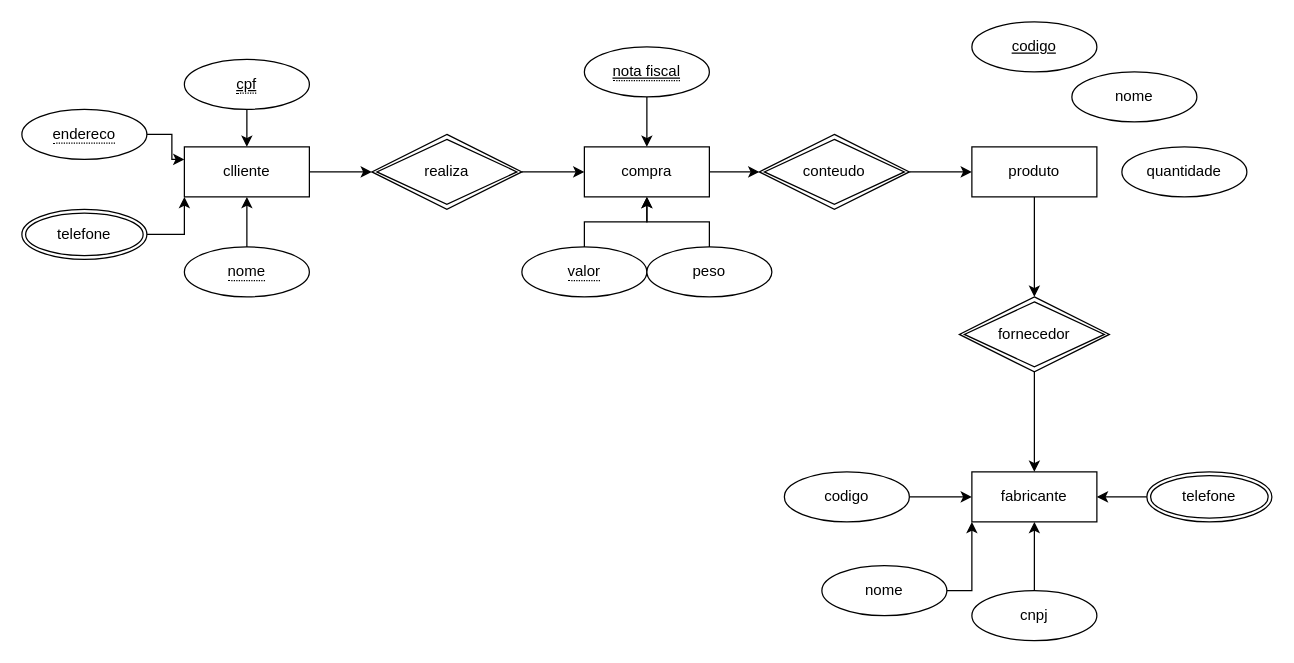
The draw.io diagram Modelagem Sistemas/aula008/compra.drawio in GabrielMazzuchello/SATC-Curso-tecnico, before the edit. Source tidied: cells renumbered, new cells numbered last; positions are measured from the earlier drawing's top-left corner, leaving out a move shared by most shapes. Both pictures are drawn from the tidied source at 125%, with x=0, y=0 at pixel (21, 21).
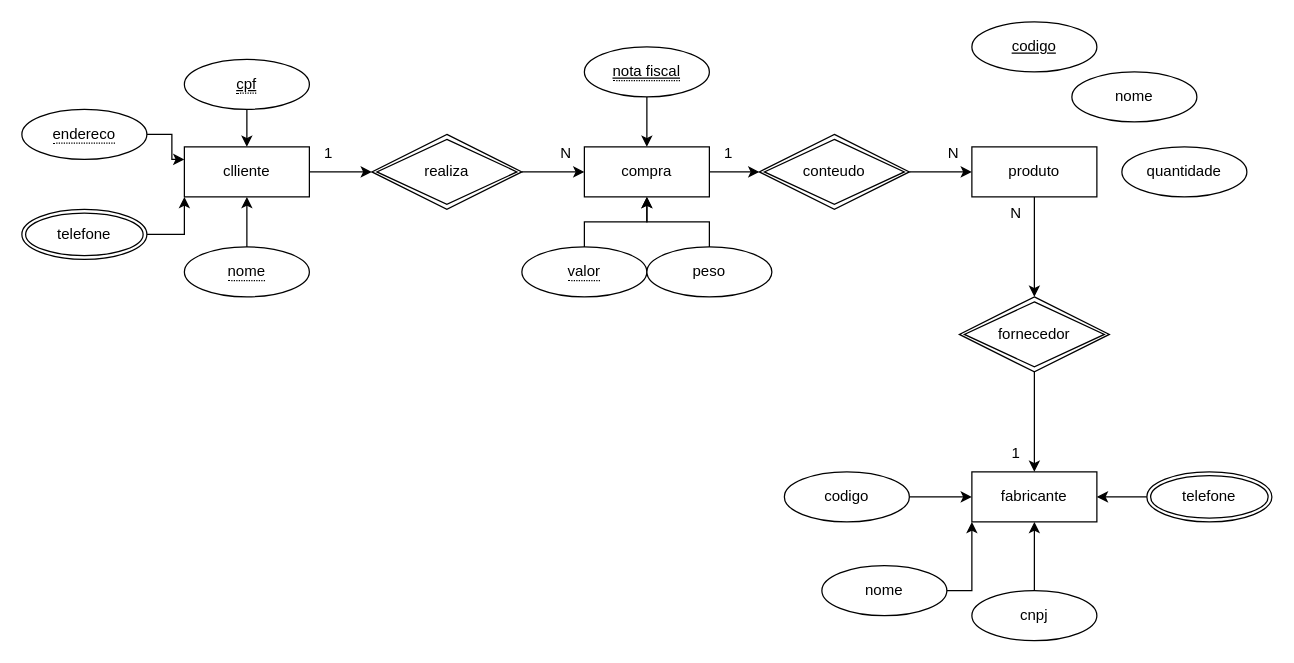
Above is the later version.

The change refers to these unchanged cells:
```xml
<mxCell id="4" value="produto" style="whiteSpace=wrap;html=1;align=center;" parent="1" vertex="1">
  <mxGeometry x="760" y="100" width="100" height="40" as="geometry" />
</mxCell>
<mxCell id="14" value="fornecedor" style="shape=rhombus;double=1;perimeter=rhombusPerimeter;whiteSpace=wrap;html=1;align=center;" parent="1" vertex="1">
  <mxGeometry x="750" y="220" width="120" height="60" as="geometry" />
</mxCell>
```

What changed in the source:
```diff
@@
-    <mxCell id="3" style="edgeStyle=orthogonalEdgeStyle;rounded=0;jettySize=auto;html=1;" parent="1" edge="1" source="4" target="14">
+    <mxCell id="3" style="edgeStyle=orthogonalEdgeStyle;rounded=0;jettySize=auto;html=1;entryX=0.5;entryY=0;entryDx=0;entryDy=0;" parent="1" edge="1" source="4" target="14">
       <mxGeometry relative="1" as="geometry" />
     </mxCell>
@@
+    <mxCell id="40" value="N" style="text;html=1;align=center;verticalAlign=middle;strokeColor=none;fillColor=none;" parent="1" vertex="1">
+      <mxGeometry x="420" y="90" width="30" height="30" as="geometry" />
+    </mxCell>
+    <mxCell id="41" value="1" style="text;html=1;align=center;verticalAlign=middle;strokeColor=none;fillColor=none;" parent="1" vertex="1">
+      <mxGeometry x="230" y="90" width="30" height="30" as="geometry" />
+    </mxCell>
+    <mxCell id="42" value="N" style="text;html=1;align=center;verticalAlign=middle;strokeColor=none;fillColor=none;" parent="1" vertex="1">
+      <mxGeometry x="730" y="90" width="30" height="30" as="geometry" />
+    </mxCell>
+    <mxCell id="43" value="1" style="text;html=1;align=center;verticalAlign=middle;strokeColor=none;fillColor=none;" parent="1" vertex="1">
+      <mxGeometry x="550" y="90" width="30" height="30" as="geometry" />
+    </mxCell>
+    <mxCell id="44" value="1" style="text;html=1;align=center;verticalAlign=middle;strokeColor=none;fillColor=none;" parent="1" vertex="1">
+      <mxGeometry x="780" y="330" width="30" height="30" as="geometry" />
+    </mxCell>
+    <mxCell id="45" value="N" style="text;html=1;align=center;verticalAlign=middle;strokeColor=none;fillColor=none;" parent="1" vertex="1">
+      <mxGeometry x="780" y="138" width="30" height="30" as="geometry" />
+    </mxCell>
```
